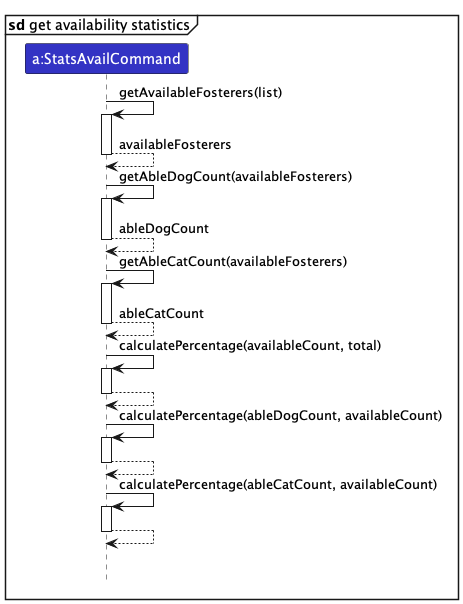
Earlier version of the PlantUML export docs/images/StatsAvailSelfInvDiagram.png (nus-cs2103-AY2324S1/tp).
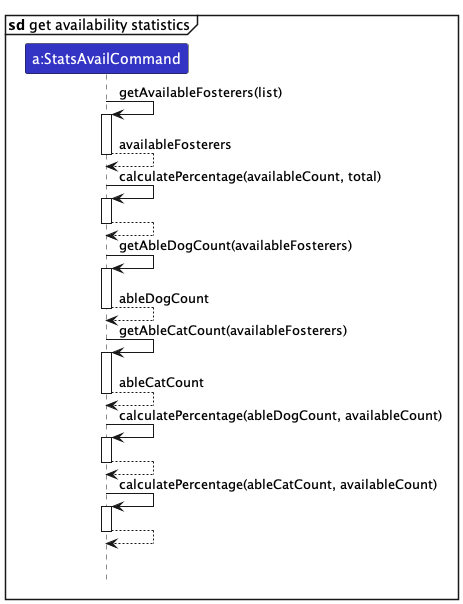
The same diagram one commit later.

The edit, as a diff of the source:
```diff
@@ -12,6 +12,11 @@
 StatsAvailCommand --> StatsAvailCommand : availableFosterers
 deactivate StatsAvailCommand
 
+StatsAvailCommand -> StatsAvailCommand : calculatePercentage(availableCount, total)
+activate StatsAvailCommand
+StatsAvailCommand --> StatsAvailCommand
+deactivate StatsAvailCommand
+
 StatsAvailCommand -> StatsAvailCommand : getAbleDogCount(availableFosterers)
 activate StatsAvailCommand
 StatsAvailCommand --> StatsAvailCommand : ableDogCount
@@ -20,11 +25,6 @@
 StatsAvailCommand -> StatsAvailCommand : getAbleCatCount(availableFosterers)
 activate StatsAvailCommand
 StatsAvailCommand --> StatsAvailCommand : ableCatCount
-deactivate StatsAvailCommand
-
-StatsAvailCommand -> StatsAvailCommand : calculatePercentage(availableCount, total)
-activate StatsAvailCommand
-StatsAvailCommand --> StatsAvailCommand
 deactivate StatsAvailCommand
 
 StatsAvailCommand -> StatsAvailCommand : calculatePercentage(ableDogCount, availableCount)
```
